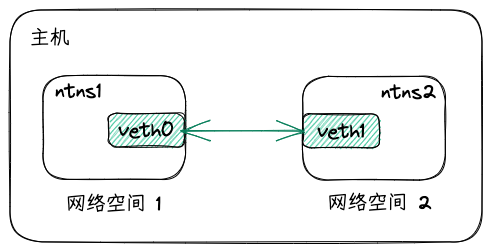
Earlier version of the Excalidraw export excalidraw/docker/linux_veth_pair.excalidraw.png (iDukeLu/iDukeLu.github.io). Source tidied: one line per element, renumbered; positions are measured from the earlier drawing's top-left corner, leaving out a move shared by most shapes.
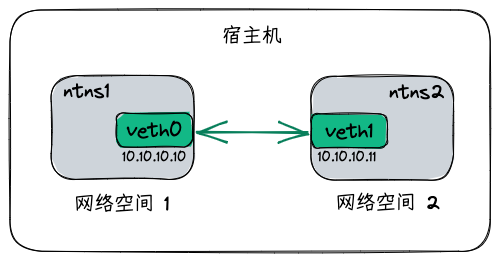
After the commit.

The edit, as a diff of the source:
```diff
@@ -1,13 +1,15 @@
-{"id": 0, "type": "rectangle", "strokeColor": "#000000", "strokeWidth": 1, "roughness": 1, "round": true, "x": 0, "y": 0, "width": 472, "height": 232}
+{"id": 0, "type": "rectangle", "strokeColor": "#000000", "strokeWidth": 1, "roughness": 1, "round": true, "x": -8, "y": 0, "width": 480, "height": 241}
-{"id": 1, "type": "rectangle", "strokeColor": "#000000", "strokeWidth": 1, "roughness": 1, "round": true, "x": 33, "y": 66, "width": 143, "height": 104}
+{"id": 1, "type": "rectangle", "strokeColor": "#000000", "backgroundColor": "#ced4da", "fillStyle": "solid", "strokeWidth": 1, "roughness": 1, "round": true, "x": 33, "y": 66, "width": 143, "height": 104}
-{"id": 2, "type": "rectangle", "strokeColor": "#000000", "backgroundColor": "#12b886", "fillStyle": "hachure", "strokeWidth": 1, "roughness": 1, "round": true, "x": 98, "y": 103, "width": 76, "height": 34}
+{"id": 2, "type": "rectangle", "strokeColor": "#000000", "backgroundColor": "#12b886", "fillStyle": "solid", "strokeWidth": 1, "roughness": 1, "round": true, "x": 98, "y": 103, "width": 76, "height": 34}
 {"id": 3, "type": "text", "text": "veth0", "strokeColor": "#000000", "strokeWidth": 1, "roughness": 1, "fontSize": 20, "fontFamily": 1, "textAlign": "center", "verticalAlign": "middle", "inside": 2, "x": 108, "y": 108, "width": 56, "height": 24}
 {"id": 4, "type": "text", "text": "ntns1", "strokeColor": "#000000", "strokeWidth": 1, "roughness": 1, "fontSize": 20, "fontFamily": 1, "x": 45, "y": 69, "width": 46, "height": 24}
 {"id": 5, "type": "text", "text": "网络空间 1", "strokeColor": "#000000", "strokeWidth": 1, "roughness": 1, "fontSize": 20, "fontFamily": 1, "x": 56, "y": 182, "width": 95, "height": 24}
-{"id": 6, "type": "rectangle", "strokeColor": "#000000", "strokeWidth": 1, "roughness": 1, "round": true, "x": 293, "y": 66, "width": 143, "height": 104}
+{"id": 6, "type": "rectangle", "strokeColor": "#000000", "backgroundColor": "#ced4da", "fillStyle": "solid", "strokeWidth": 1, "roughness": 1, "round": true, "x": 293, "y": 66, "width": 143, "height": 104}
-{"id": 7, "type": "rectangle", "strokeColor": "#000000", "backgroundColor": "#12b886", "fillStyle": "hachure", "strokeWidth": 1, "roughness": 1, "round": true, "x": 293, "y": 104, "width": 76, "height": 34}
+{"id": 7, "type": "rectangle", "strokeColor": "#000000", "backgroundColor": "#12b886", "fillStyle": "solid", "strokeWidth": 1, "roughness": 1, "round": true, "x": 293, "y": 104, "width": 76, "height": 34}
 {"id": 8, "type": "text", "text": "veth1", "strokeColor": "#000000", "strokeWidth": 1, "roughness": 1, "fontSize": 20, "fontFamily": 1, "textAlign": "center", "verticalAlign": "middle", "inside": 7, "x": 307, "y": 109, "width": 48, "height": 24}
 {"id": 9, "type": "text", "text": "ntns2", "strokeColor": "#000000", "strokeWidth": 1, "roughness": 1, "fontSize": 20, "fontFamily": 1, "x": 371, "y": 70, "width": 55, "height": 24}
 {"id": 10, "type": "text", "text": "网络空间 2", "strokeColor": "#000000", "strokeWidth": 1, "roughness": 1, "fontSize": 20, "fontFamily": 1, "x": 318, "y": 181, "width": 104, "height": 24}
-{"id": 11, "type": "arrow", "strokeColor": "#087f5b", "strokeWidth": 1, "roughness": 1, "startArrowhead": "arrow", "endArrowhead": "arrow", "round": true, "x": 172, "y": 121, "width": 123, "height": 0, "points": [[0, 0], [123, 0]]}
+{"id": 11, "type": "arrow", "strokeColor": "#087f5b", "strokeWidth": 2, "roughness": 1, "startArrowhead": "arrow", "endArrowhead": "arrow", "round": true, "from": 2, "to": 7, "x": 180, "y": 122, "width": 109, "height": 0, "points": [[0, 0], [109, 0]]}
-{"id": 12, "type": "text", "text": "主机", "strokeColor": "#000000", "strokeWidth": 1, "roughness": 1, "fontSize": 20, "fontFamily": 1, "x": 20, "y": 16, "width": 40, "height": 24}
+{"id": 12, "type": "text", "text": "宿主机", "strokeColor": "#000000", "strokeWidth": 1, "roughness": 1, "fontSize": 20, "fontFamily": 1, "x": 204, "y": 14, "width": 60, "height": 24}
+{"id": 13, "type": "text", "text": "10.10.10.10", "strokeColor": "#000000", "strokeWidth": 1, "roughness": 1, "fontSize": 13.82, "fontFamily": 1, "x": 104, "y": 139, "width": 64, "height": 16}
+{"id": 14, "type": "text", "text": "10.10.10.11", "strokeColor": "#000000", "strokeWidth": 1, "roughness": 1, "fontSize": 13.82, "fontFamily": 1, "x": 300, "y": 140, "width": 59, "height": 16}
```
